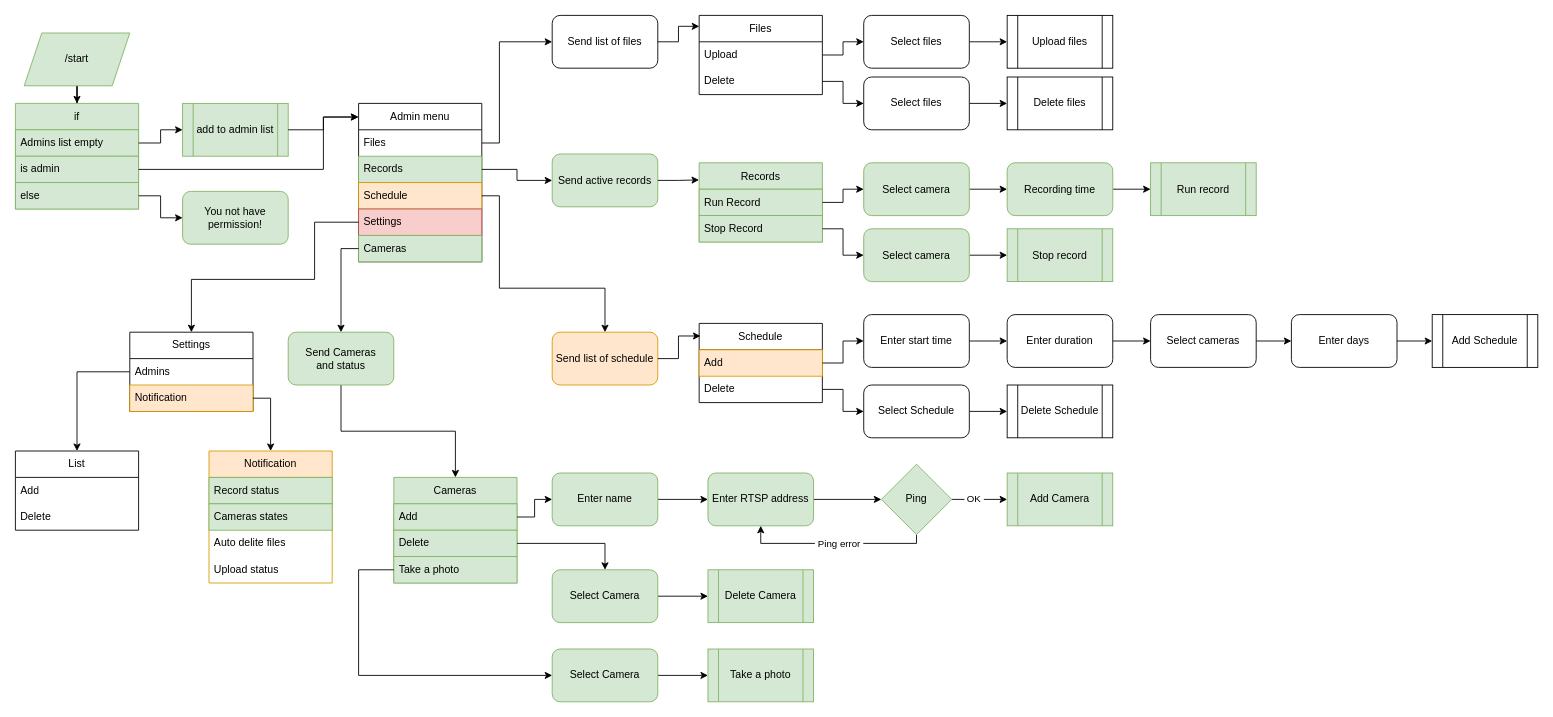
The draw.io diagram doc/bot.drawio in Zzior/camera-recorder-service, before the edit. Source tidied: cells renumbered, new cells numbered last; positions are measured from the earlier drawing's top-left corner, leaving out a move shared by most shapes. Both pictures are drawn from the tidied source at 88%, with x=0, y=0 at pixel (15, 15).
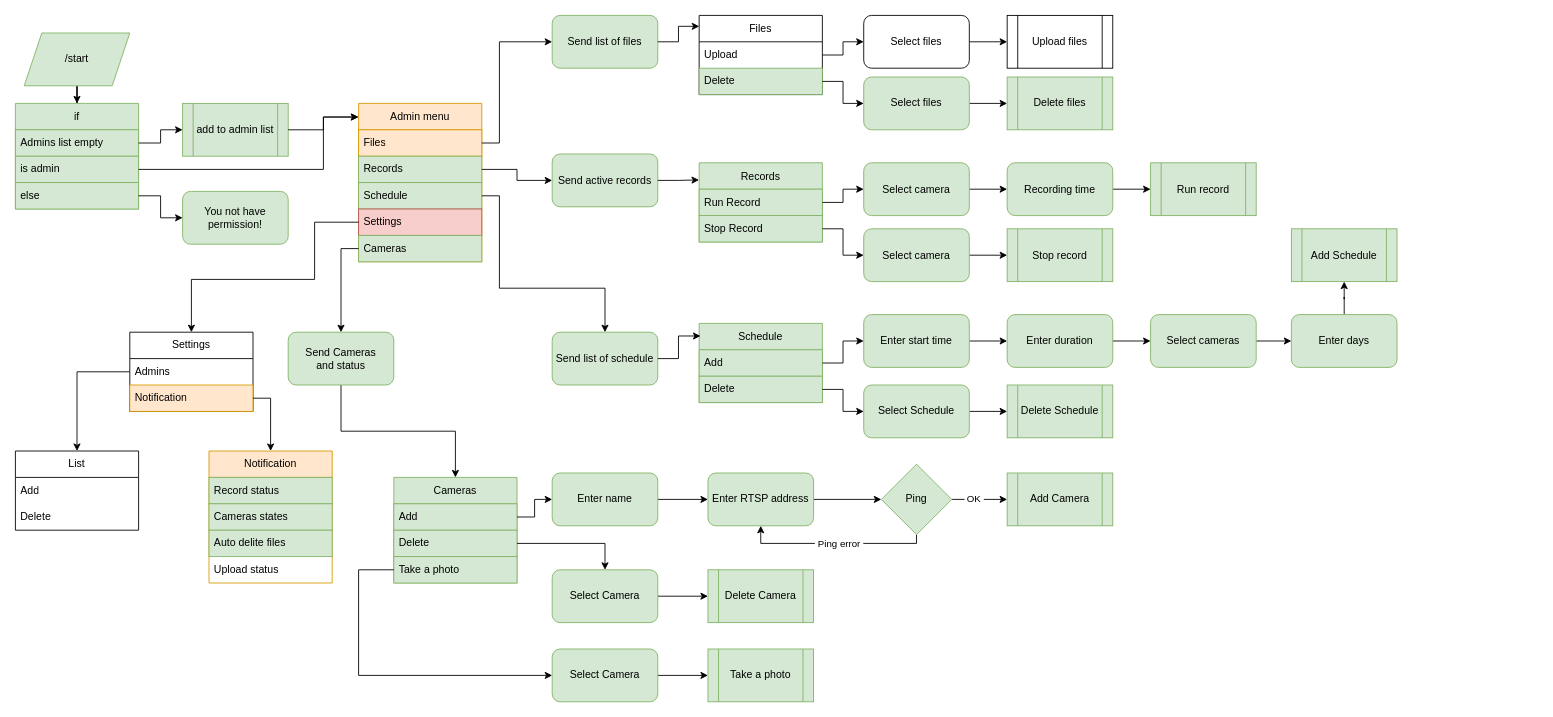
The same page after the edit.

The change refers to these unchanged cells:
```xml
<mxCell id="20" value="&lt;span style=&quot;text-align: left;&quot;&gt;Files&lt;/span&gt;" style="swimlane;fontStyle=0;horizontal=1;startSize=30;whiteSpace=wrap;html=1;" parent="1" vertex="1">
  <mxGeometry x="777" width="140" height="90" as="geometry" />
</mxCell>
<mxCell id="103" value="&lt;span style=&quot;text-align: left;&quot;&gt;Notification&lt;/span&gt;" style="swimlane;fontStyle=0;horizontal=1;startSize=30;whiteSpace=wrap;html=1;fillColor=#ffe6cc;strokeColor=#d79b00;" parent="1" vertex="1">
  <mxGeometry x="220" y="495" width="140" height="150" as="geometry" />
</mxCell>
```

Change to the diagram source:
```diff
@@
-    <mxCell id="8" value="Admin menu" style="swimlane;fontStyle=0;horizontal=1;startSize=30;whiteSpace=wrap;html=1;" parent="1" vertex="1">
+    <mxCell id="8" value="Admin menu" style="swimlane;fontStyle=0;horizontal=1;startSize=30;whiteSpace=wrap;html=1;fillColor=#ffe6cc;strokeColor=#d79b00;" parent="1" vertex="1">
       <mxGeometry x="390" y="100" width="140" height="180" as="geometry" />
     </mxCell>
-    <mxCell id="9" value="Files" style="text;strokeColor=none;fillColor=none;align=left;verticalAlign=middle;spacingLeft=4;spacingRight=4;overflow=hidden;points=[[0,0.5],[1,0.5]];portConstraint=eastwest;whiteSpace=wrap;html=1;" parent="8" vertex="1">
+    <mxCell id="9" value="Files" style="text;strokeColor=#d79b00;fillColor=#ffe6cc;align=left;verticalAlign=middle;spacingLeft=4;spacingRight=4;overflow=hidden;points=[[0,0.5],[1,0.5]];portConstraint=eastwest;whiteSpace=wrap;html=1;" parent="8" vertex="1">
       <mxGeometry y="30" width="140" height="30" as="geometry" />
     </mxCell>
@@
-    <mxCell id="11" value="Schedule" style="text;strokeColor=#d79b00;fillColor=#ffe6cc;align=left;verticalAlign=middle;spacingLeft=4;spacingRight=4;overflow=hidden;points=[[0,0.5],[1,0.5]];portConstraint=eastwest;whiteSpace=wrap;html=1;" parent="8" vertex="1">
+    <mxCell id="11" value="Schedule" style="text;strokeColor=#82b366;fillColor=#d5e8d4;align=left;verticalAlign=middle;spacingLeft=4;spacingRight=4;overflow=hidden;points=[[0,0.5],[1,0.5]];portConstraint=eastwest;whiteSpace=wrap;html=1;" parent="8" vertex="1">
       <mxGeometry y="90" width="140" height="30" as="geometry" />
     </mxCell>
@@
-    <mxCell id="22" value="Delete" style="text;strokeColor=none;fillColor=none;align=left;verticalAlign=middle;spacingLeft=4;spacingRight=4;overflow=hidden;points=[[0,0.5],[1,0.5]];portConstraint=eastwest;whiteSpace=wrap;html=1;" parent="20" vertex="1">
+    <mxCell id="22" value="Delete" style="text;strokeColor=#82b366;fillColor=#d5e8d4;align=left;verticalAlign=middle;spacingLeft=4;spacingRight=4;overflow=hidden;points=[[0,0.5],[1,0.5]];portConstraint=eastwest;whiteSpace=wrap;html=1;" parent="20" vertex="1">
       <mxGeometry y="60" width="140" height="30" as="geometry" />
     </mxCell>
@@
-    <mxCell id="31" value="Select files" style="rounded=1;whiteSpace=wrap;html=1;" parent="1" vertex="1">
+    <mxCell id="31" value="Select files" style="rounded=1;whiteSpace=wrap;html=1;fillColor=#d5e8d4;strokeColor=#82b366;" parent="1" vertex="1">
       <mxGeometry x="964" y="70" width="120" height="60" as="geometry" />
     </mxCell>
@@
-    <mxCell id="33" value="Delete files" style="shape=process;whiteSpace=wrap;html=1;backgroundOutline=1;" parent="1" vertex="1">
+    <mxCell id="33" value="Delete files" style="shape=process;whiteSpace=wrap;html=1;backgroundOutline=1;fillColor=#d5e8d4;strokeColor=#82b366;" parent="1" vertex="1">
       <mxGeometry x="1127" y="70" width="120" height="60" as="geometry" />
     </mxCell>
@@
-    <mxCell id="37" value="Enter start time" style="rounded=1;whiteSpace=wrap;html=1;" parent="1" vertex="1">
+    <mxCell id="37" value="Enter start time" style="rounded=1;whiteSpace=wrap;html=1;fillColor=#d5e8d4;strokeColor=#82b366;" parent="1" vertex="1">
       <mxGeometry x="964" y="340" width="120" height="60" as="geometry" />
     </mxCell>
-    <mxCell id="38" value="&lt;span style=&quot;text-align: left;&quot;&gt;Schedule&lt;/span&gt;" style="swimlane;fontStyle=0;horizontal=1;startSize=30;whiteSpace=wrap;html=1;" parent="1" vertex="1">
+    <mxCell id="38" value="&lt;span style=&quot;text-align: left;&quot;&gt;Schedule&lt;/span&gt;" style="swimlane;fontStyle=0;horizontal=1;startSize=30;whiteSpace=wrap;html=1;fillColor=#d5e8d4;strokeColor=#82b366;" parent="1" vertex="1">
       <mxGeometry x="777" y="350" width="140" height="90" as="geometry" />
     </mxCell>
-    <mxCell id="39" value="Add" style="text;strokeColor=#d79b00;fillColor=#ffe6cc;align=left;verticalAlign=middle;spacingLeft=4;spacingRight=4;overflow=hidden;points=[[0,0.5],[1,0.5]];portConstraint=eastwest;whiteSpace=wrap;html=1;" parent="38" vertex="1">
+    <mxCell id="39" value="Add" style="text;strokeColor=#82b366;fillColor=#d5e8d4;align=left;verticalAlign=middle;spacingLeft=4;spacingRight=4;overflow=hidden;points=[[0,0.5],[1,0.5]];portConstraint=eastwest;whiteSpace=wrap;html=1;" parent="38" vertex="1">
       <mxGeometry y="30" width="140" height="30" as="geometry" />
     </mxCell>
-    <mxCell id="40" value="Delete" style="text;strokeColor=none;fillColor=none;align=left;verticalAlign=middle;spacingLeft=4;spacingRight=4;overflow=hidden;points=[[0,0.5],[1,0.5]];portConstraint=eastwest;whiteSpace=wrap;html=1;" parent="38" vertex="1">
+    <mxCell id="40" value="Delete" style="text;strokeColor=#82b366;fillColor=#d5e8d4;align=left;verticalAlign=middle;spacingLeft=4;spacingRight=4;overflow=hidden;points=[[0,0.5],[1,0.5]];portConstraint=eastwest;whiteSpace=wrap;html=1;" parent="38" vertex="1">
       <mxGeometry y="60" width="140" height="30" as="geometry" />
     </mxCell>
@@
-    <mxCell id="42" value="Send list of files" style="rounded=1;whiteSpace=wrap;html=1;" parent="1" vertex="1">
+    <mxCell id="42" value="Send list of files" style="rounded=1;whiteSpace=wrap;html=1;fillColor=#d5e8d4;strokeColor=#82b366;" parent="1" vertex="1">
       <mxGeometry x="610" width="120" height="60" as="geometry" />
     </mxCell>
@@
-    <mxCell id="45" value="Send list of s&lt;span style=&quot;text-align: left;&quot;&gt;chedule&lt;/span&gt;" style="rounded=1;whiteSpace=wrap;html=1;fillColor=#ffe6cc;strokeColor=#d79b00;" parent="1" vertex="1">
+    <mxCell id="45" value="Send list of s&lt;span style=&quot;text-align: left;&quot;&gt;chedule&lt;/span&gt;" style="rounded=1;whiteSpace=wrap;html=1;fillColor=#d5e8d4;strokeColor=#82b366;" parent="1" vertex="1">
       <mxGeometry x="610" y="360" width="120" height="60" as="geometry" />
     </mxCell>
@@
-    <mxCell id="49" value="Select&amp;nbsp;&lt;span style=&quot;text-align: left;&quot;&gt;Schedule&lt;/span&gt;" style="rounded=1;whiteSpace=wrap;html=1;" parent="1" vertex="1">
+    <mxCell id="49" value="Select&amp;nbsp;&lt;span style=&quot;text-align: left;&quot;&gt;Schedule&lt;/span&gt;" style="rounded=1;whiteSpace=wrap;html=1;fillColor=#d5e8d4;strokeColor=#82b366;" parent="1" vertex="1">
       <mxGeometry x="964" y="420" width="120" height="60" as="geometry" />
     </mxCell>
-    <mxCell id="50" value="Delete&amp;nbsp;&lt;span style=&quot;text-align: left;&quot;&gt;Schedule&lt;/span&gt;" style="shape=process;whiteSpace=wrap;html=1;backgroundOutline=1;" parent="1" vertex="1">
+    <mxCell id="50" value="Delete&amp;nbsp;&lt;span style=&quot;text-align: left;&quot;&gt;Schedule&lt;/span&gt;" style="shape=process;whiteSpace=wrap;html=1;backgroundOutline=1;fillColor=#d5e8d4;strokeColor=#82b366;" parent="1" vertex="1">
       <mxGeometry x="1127" y="420" width="120" height="60" as="geometry" />
     </mxCell>
@@
-    <mxCell id="53" value="Enter duration" style="rounded=1;whiteSpace=wrap;html=1;" parent="1" vertex="1">
+    <mxCell id="53" value="Enter duration" style="rounded=1;whiteSpace=wrap;html=1;fillColor=#d5e8d4;strokeColor=#82b366;" parent="1" vertex="1">
       <mxGeometry x="1127" y="340" width="120" height="60" as="geometry" />
     </mxCell>
@@
-    <mxCell id="55" value="Select cameras" style="rounded=1;whiteSpace=wrap;html=1;" parent="1" vertex="1">
+    <mxCell id="55" value="Select cameras" style="rounded=1;whiteSpace=wrap;html=1;fillColor=#d5e8d4;strokeColor=#82b366;" parent="1" vertex="1">
       <mxGeometry x="1290" y="340" width="120" height="60" as="geometry" />
     </mxCell>
@@
-    <mxCell id="57" value="Enter days" style="rounded=1;whiteSpace=wrap;html=1;" parent="1" vertex="1">
+    <mxCell id="57" value="Enter days" style="rounded=1;whiteSpace=wrap;html=1;fillColor=#d5e8d4;strokeColor=#82b366;" parent="1" vertex="1">
       <mxGeometry x="1450" y="340" width="120" height="60" as="geometry" />
     </mxCell>
-    <mxCell id="58" value="Add&amp;nbsp;&lt;span style=&quot;text-align: left;&quot;&gt;Schedule&lt;/span&gt;" style="shape=process;whiteSpace=wrap;html=1;backgroundOutline=1;" parent="1" vertex="1">
-      <mxGeometry x="1610" y="340" width="120" height="60" as="geometry" />
+    <mxCell id="58" value="Add&amp;nbsp;&lt;span style=&quot;text-align: left;&quot;&gt;Schedule&lt;/span&gt;" style="shape=process;whiteSpace=wrap;html=1;backgroundOutline=1;fillColor=#d5e8d4;strokeColor=#82b366;" parent="1" vertex="1">
+      <mxGeometry x="1450" y="242.5" width="120" height="60" as="geometry" />
     </mxCell>
@@
-    <mxCell id="106" value="Auto delite files" style="text;strokeColor=none;fillColor=none;align=left;verticalAlign=middle;spacingLeft=4;spacingRight=4;overflow=hidden;whiteSpace=wrap;html=1;" parent="103" vertex="1">
+    <mxCell id="106" value="Auto delite files" style="text;strokeColor=#82b366;fillColor=#d5e8d4;align=left;verticalAlign=middle;spacingLeft=4;spacingRight=4;overflow=hidden;whiteSpace=wrap;html=1;" parent="103" vertex="1">
       <mxGeometry y="90" width="140" height="30" as="geometry" />
     </mxCell>
```
